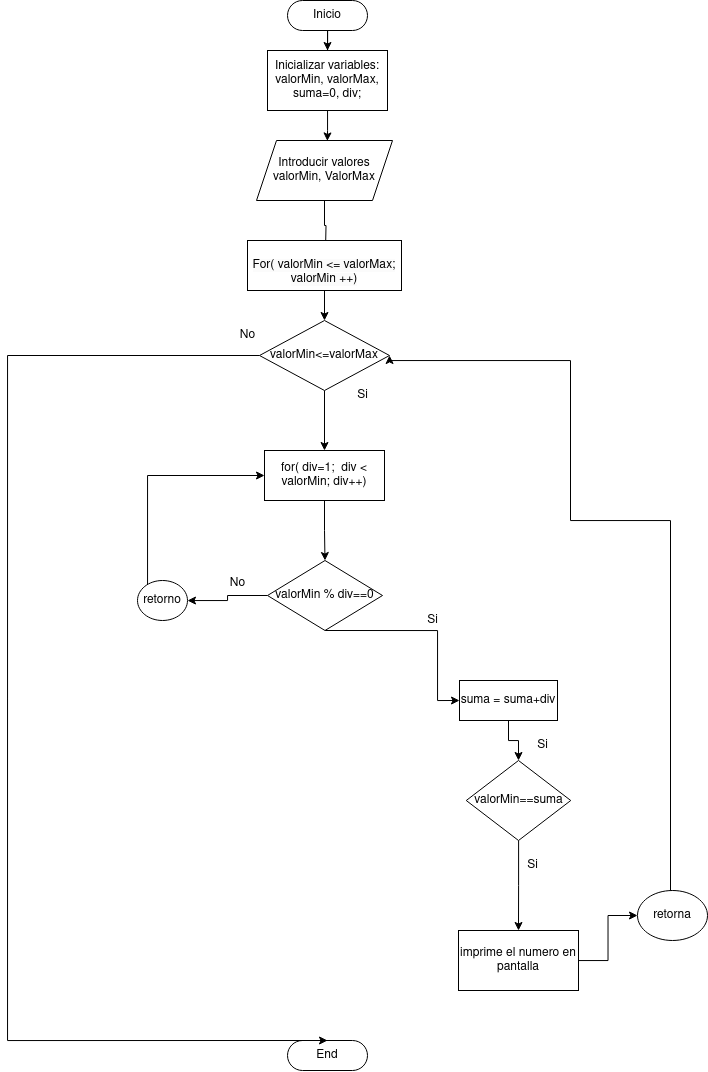
adogonz23/programacion keeps this draw.io diagram as Unidad-1/Tarea2 AdonayGG/images/Tarea2.png. Above is the earlier version. Source tidied: cells renumbered, new cells last; positions are measured from the earlier drawing's top-left corner, leaving out a move shared by most shapes.
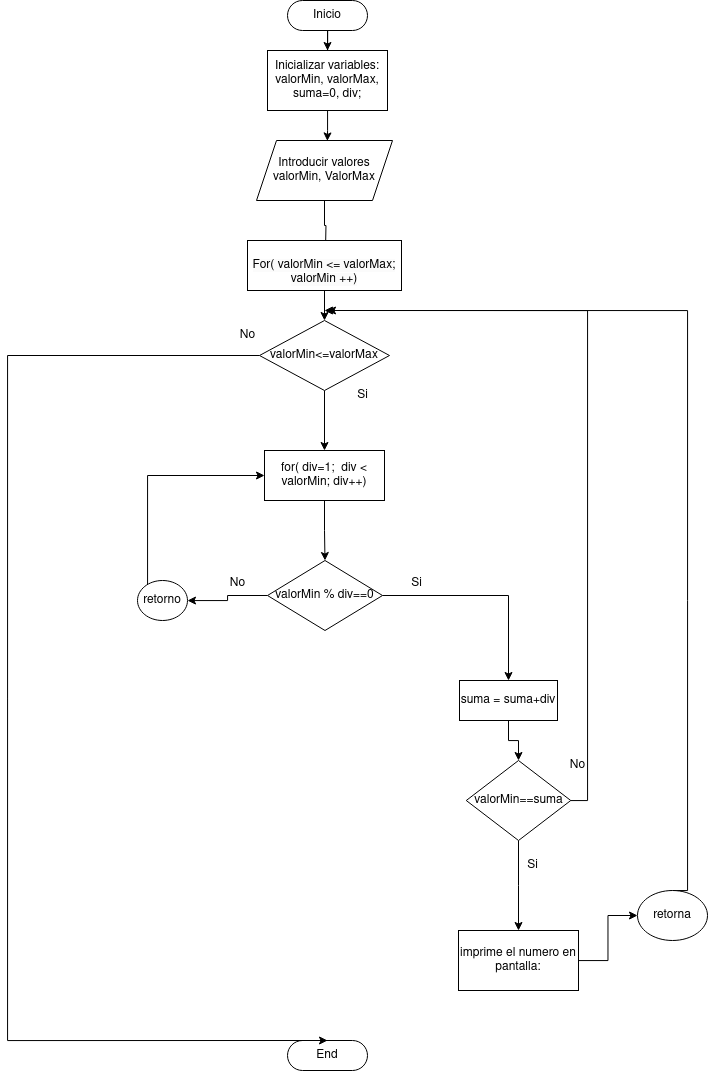
After the change.

Diff of the diagram source:
```diff
@@ -34,17 +34,12 @@
     <mxCell id="11" value="for( div=1;&amp;nbsp; div &amp;lt; valorMin; div++)" style="rounded=0;whiteSpace=wrap;html=1;" parent="1" vertex="1">
       <mxGeometry x="257" y="450" width="120" height="50" as="geometry" />
     </mxCell>
+    <mxCell id="13" style="edgeStyle=orthogonalEdgeStyle;rounded=0;jettySize=auto;html=1;" parent="1" edge="1" source="14" target="28">
+      <mxGeometry relative="1" as="geometry" />
+    </mxCell>
-    <mxCell id="12" style="edgeStyle=orthogonalEdgeStyle;rounded=0;jettySize=auto;html=1;entryX=0;entryY=0.5;entryDx=0;entryDy=0;exitX=0.5;exitY=1;exitDx=0;exitDy=0;" parent="1" edge="1" source="14" target="16">
-      <mxGeometry relative="1" as="geometry">
-        <Array as="points">
-          <mxPoint x="430" y="630" />
-          <mxPoint x="430" y="700" />
-        </Array>
-      </mxGeometry>
+    <mxCell id="12" style="edgeStyle=orthogonalEdgeStyle;rounded=0;jettySize=auto;html=1;entryX=0.5;entryY=0;entryDx=0;entryDy=0;" parent="1" edge="1" source="14" target="16">
+      <mxGeometry relative="1" as="geometry" />
     </mxCell>
-    <mxCell id="13" style="edgeStyle=orthogonalEdgeStyle;rounded=0;jettySize=auto;html=1;" parent="1" edge="1" source="14" target="28">
-      <mxGeometry relative="1" as="geometry" />
-    </mxCell>
     <mxCell id="14" value="valorMin % div==0" style="rhombus;whiteSpace=wrap;html=1;" parent="1" vertex="1">
       <mxGeometry x="260" y="560" width="115" height="70" as="geometry" />
     </mxCell>
@@ -57,32 +52,36 @@
     <mxCell id="17" style="edgeStyle=orthogonalEdgeStyle;rounded=0;jettySize=auto;html=1;entryX=0.5;entryY=0;entryDx=0;entryDy=0;" parent="1" edge="1" source="18" target="22">
       <mxGeometry relative="1" as="geometry" />
     </mxCell>
+    <mxCell id="35" style="edgeStyle=orthogonalEdgeStyle;rounded=0;jettySize=auto;html=1;" parent="1" edge="1" source="18">
+      <mxGeometry relative="1" as="geometry">
+        <mxPoint x="320" y="310" as="targetPoint" />
+        <Array as="points">
+          <mxPoint x="580" y="800" />
+          <mxPoint x="580" y="310" />
+        </Array>
+      </mxGeometry>
+    </mxCell>
     <mxCell id="18" value="valorMin==suma" style="rhombus;whiteSpace=wrap;html=1;" parent="1" vertex="1">
       <mxGeometry x="458.8" y="760" width="104.5" height="80" as="geometry" />
     </mxCell>
     <mxCell id="19" value="Si" style="text;html=1;align=center;verticalAlign=middle;strokeColor=none;fillColor=none;" parent="1" vertex="1">
-      <mxGeometry x="410" y="605" width="30" height="30" as="geometry" />
+      <mxGeometry x="394" y="568" width="30" height="30" as="geometry" />
     </mxCell>
-    <mxCell id="20" value="Si" style="text;html=1;align=center;verticalAlign=middle;strokeColor=none;fillColor=none;" parent="1" vertex="1">
-      <mxGeometry x="520" y="730" width="30" height="30" as="geometry" />
-    </mxCell>
     <mxCell id="21" style="edgeStyle=orthogonalEdgeStyle;rounded=0;jettySize=auto;html=1;" parent="1" edge="1" source="22" target="25">
       <mxGeometry relative="1" as="geometry" />
     </mxCell>
-    <mxCell id="22" value="imprime el numero en pantalla" style="rounded=0;whiteSpace=wrap;html=1;" parent="1" vertex="1">
+    <mxCell id="22" value="imprime el numero en pantalla:" style="rounded=0;whiteSpace=wrap;html=1;" parent="1" vertex="1">
       <mxGeometry x="451" y="930" width="120" height="60" as="geometry" />
     </mxCell>
     <mxCell id="23" value="Si" style="text;html=1;align=center;verticalAlign=middle;strokeColor=none;fillColor=none;" parent="1" vertex="1">
       <mxGeometry x="510" y="850" width="30" height="30" as="geometry" />
     </mxCell>
-    <mxCell id="24" style="edgeStyle=orthogonalEdgeStyle;rounded=0;jettySize=auto;html=1;entryX=1;entryY=0.5;entryDx=0;entryDy=0;exitX=0.5;exitY=0;exitDx=0;exitDy=0;" parent="1" edge="1" source="25" target="32">
+    <mxCell id="24" style="edgeStyle=orthogonalEdgeStyle;rounded=0;jettySize=auto;html=1;exitX=0.5;exitY=0;exitDx=0;exitDy=0;" parent="1" edge="1" source="25">
       <mxGeometry relative="1" as="geometry">
+        <mxPoint x="317" y="310" as="targetPoint" />
         <Array as="points">
-          <mxPoint x="663" y="890" />
-          <mxPoint x="663" y="520" />
-          <mxPoint x="563" y="520" />
-          <mxPoint x="563" y="360" />
-          <mxPoint x="382" y="360" />
+          <mxPoint x="680" y="890" />
+          <mxPoint x="680" y="310" />
         </Array>
       </mxGeometry>
     </mxCell>
@@ -125,5 +124,8 @@
     <mxCell id="34" value="No" style="text;html=1;align=center;verticalAlign=middle;strokeColor=none;fillColor=none;" parent="1" vertex="1">
       <mxGeometry x="220" y="320" width="40" height="30" as="geometry" />
     </mxCell>
+    <mxCell id="36" value="No" style="text;html=1;align=center;verticalAlign=middle;strokeColor=none;fillColor=none;" parent="1" vertex="1">
+      <mxGeometry x="550" y="750" width="40" height="30" as="geometry" />
+    </mxCell>
   </root>
 </mxGraphModel>
```
